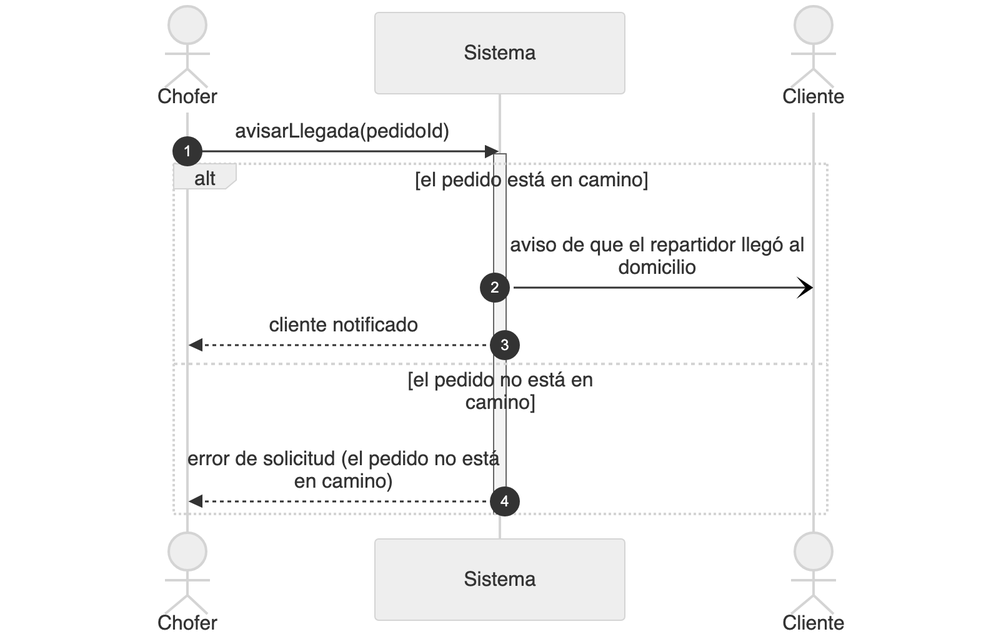
Nahuelito-Dev/splg-docs keeps this Mermaid diagram as diagramas/png/DSS_CU-019_Avisar-Llegada-Al-Cliente.png. Above is the earlier version. Its source is kept beside it as diagramas/DSS_CU-019_Avisar-Llegada-Al-Cliente.mmd. Its diagram source:
```mermaid
sequenceDiagram
    title DSS — CU-019 Avisar Llegada Al Cliente
    autonumber
    actor CHO as Chofer
    participant SIS as Sistema
    actor CLI as Cliente

    CHO->>SIS: avisarLlegada(pedidoId)
    activate SIS
    alt el pedido está en camino
        SIS-)CLI: aviso de que el repartidor llegó al domicilio, en tiempo real y como notificación al dispositivo
        SIS-->>CHO: cliente notificado
    else el pedido es de otra distribuidora
        SIS-->>CHO: recurso no encontrado
    else el pedido está asignado a otro chofer
        SIS-->>CHO: acceso denegado
    else el pedido no está en camino
        SIS-->>CHO: error de solicitud (el pedido no está en camino)
    end
    deactivate SIS
```
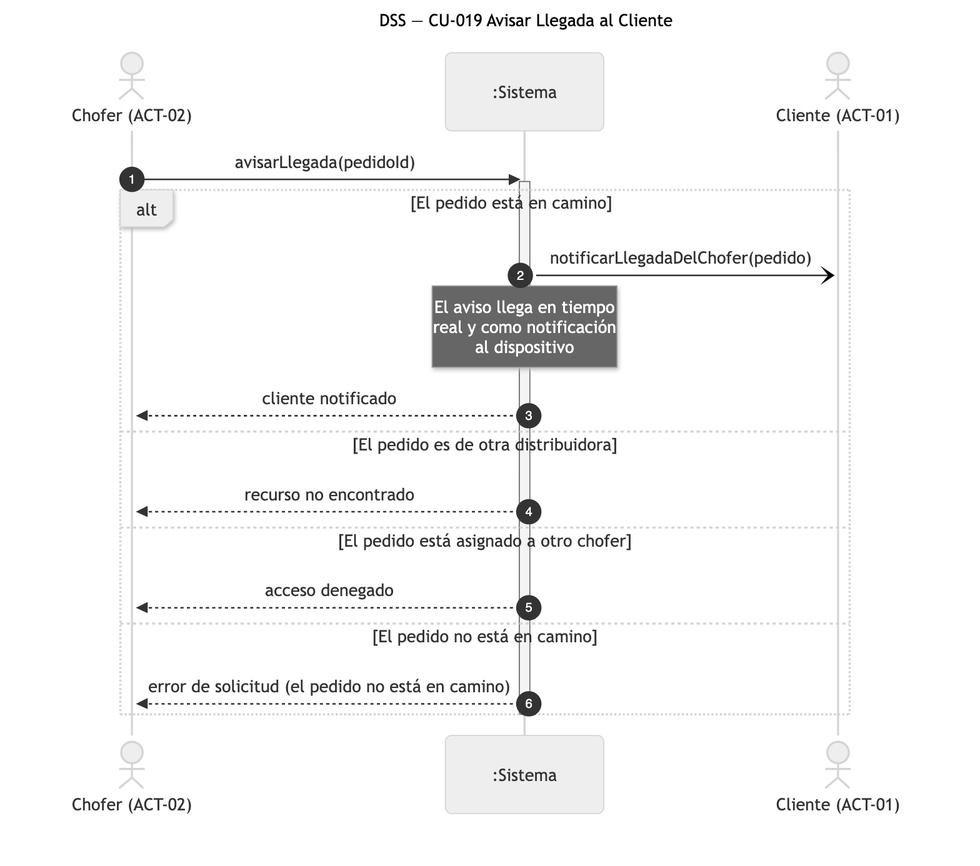
After the commit.

The edit, as a diff of the source:
```diff
@@ -1,20 +1,21 @@
 sequenceDiagram
-    title DSS — CU-019 Avisar Llegada Al Cliente
+    title DSS — CU-019 Avisar Llegada al Cliente
     autonumber
-    actor CHO as Chofer
-    participant SIS as Sistema
-    actor CLI as Cliente
+    actor CHO as Chofer (ACT-02)
+    participant SIS as :Sistema
+    actor CLI as Cliente (ACT-01)
 
     CHO->>SIS: avisarLlegada(pedidoId)
     activate SIS
-    alt el pedido está en camino
-        SIS-)CLI: aviso de que el repartidor llegó al domicilio, en tiempo real y como notificación al dispositivo
+    alt El pedido está en camino
+        SIS-)CLI: notificarLlegadaDelChofer(pedido)
+        Note over SIS: El aviso llega en tiempo<br/>real y como notificación<br/>al dispositivo
         SIS-->>CHO: cliente notificado
-    else el pedido es de otra distribuidora
+    else El pedido es de otra distribuidora
         SIS-->>CHO: recurso no encontrado
-    else el pedido está asignado a otro chofer
+    else El pedido está asignado a otro chofer
         SIS-->>CHO: acceso denegado
-    else el pedido no está en camino
+    else El pedido no está en camino
         SIS-->>CHO: error de solicitud (el pedido no está en camino)
     end
     deactivate SIS
```
